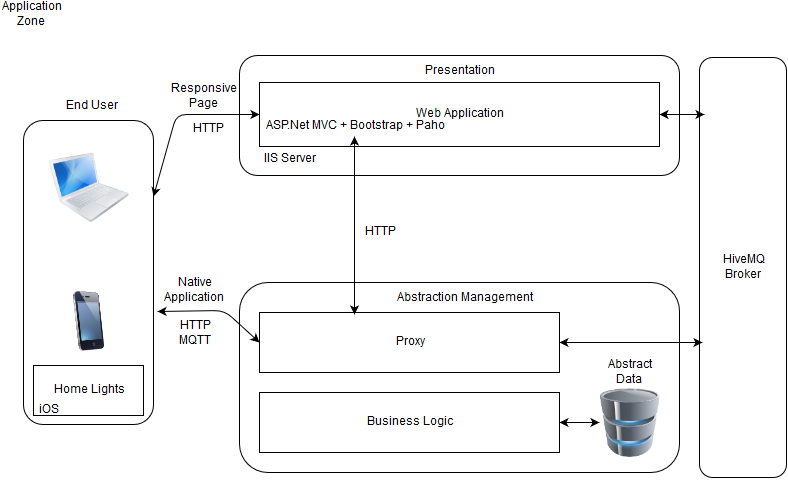
Earlier version of the draw.io export img/IoT_Home_Lights.png (rachwal/IoT). Source tidied: cells renumbered, new cells last; positions are measured from the earlier drawing's top-left corner, leaving out a move shared by most shapes.
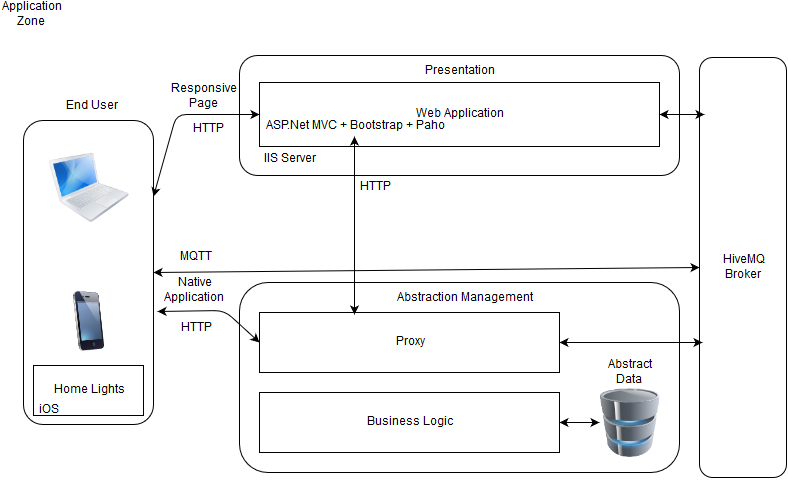
Later version of the same file.

Change to the diagram source:
```diff
@@ -26,11 +26,11 @@
     <mxCell id="9" value="Native Application&lt;br&gt;" style="text;html=1;strokeColor=none;fillColor=none;align=center;verticalAlign=middle;whiteSpace=wrap;" parent="1" vertex="1">
       <mxGeometry x="151" y="277" width="65" height="20" as="geometry" />
     </mxCell>
-    <mxCell id="10" value="HTTP MQTT&lt;br&gt;" style="text;html=1;strokeColor=none;fillColor=none;align=center;verticalAlign=middle;whiteSpace=wrap;" parent="1" vertex="1">
-      <mxGeometry x="164" y="320" width="40" height="20" as="geometry" />
+    <mxCell id="10" value="HTTP &lt;br&gt;" style="text;html=1;strokeColor=none;fillColor=none;align=center;verticalAlign=middle;whiteSpace=wrap;" parent="1" vertex="1">
+      <mxGeometry x="164" y="315" width="40" height="20" as="geometry" />
     </mxCell>
     <mxCell id="11" value="HTTP&lt;br&gt;" style="text;html=1;strokeColor=none;fillColor=none;align=center;verticalAlign=middle;whiteSpace=wrap;" parent="1" vertex="1">
-      <mxGeometry x="348" y="219" width="40" height="20" as="geometry" />
+      <mxGeometry x="343" y="174" width="40" height="20" as="geometry" />
     </mxCell>
     <mxCell id="12" style="group;" parent="1" vertex="1">
       <mxGeometry x="228" y="279" width="460" height="200" as="geometry" />
@@ -112,5 +112,11 @@
     <mxCell id="35" style="endArrow=classic;startArrow=classic;html=1;exitX=1;exitY=0.5;entryX=0.057;entryY=0.136;entryPerimeter=0;" parent="1" edge="1" source="21" target="29">
       <mxGeometry relative="1" as="geometry" />
     </mxCell>
+    <mxCell id="36" style="endArrow=classic;startArrow=classic;html=1;exitX=1;exitY=0.5;entryX=0;entryY=0.5;" parent="1" edge="1" source="4" target="29">
+      <mxGeometry relative="1" as="geometry" />
+    </mxCell>
+    <mxCell id="37" value="MQTT" style="text;html=1;strokeColor=none;fillColor=none;align=center;verticalAlign=middle;whiteSpace=wrap;" parent="1" vertex="1">
+      <mxGeometry x="164" y="244" width="40" height="20" as="geometry" />
+    </mxCell>
   </root>
 </mxGraphModel>
```
